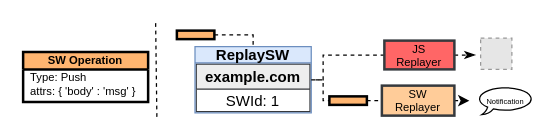
Above: page "sw-replayer" (6 of 6) of replay-diagrams.drawio in jallen89/jscapsule-figures (draw.io), before the change. Source tidied: cells renumbered, new cells numbered last; positions are measured from the earlier drawing's top-left corner, leaving out a move shared by most shapes. Both pictures are drawn from the tidied source at 125%, with x=0, y=0 at pixel (22, 21). Pictures stored in the file or linked from it are replaced by grey dashed boxes.
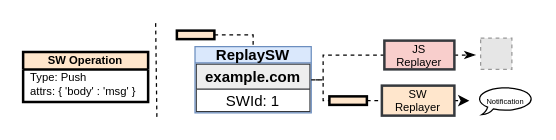
After the change.

What changed in the source:
```diff
@@
-    <mxCell id="4" value="&lt;div style=&quot;font-size: 9px&quot;&gt;&lt;font style=&quot;font-size: 9px&quot;&gt;JS&lt;/font&gt;&lt;/div&gt;&lt;div style=&quot;font-size: 9px&quot;&gt;&lt;font style=&quot;font-size: 9px&quot;&gt;Replayer&lt;/font&gt;&lt;br&gt;&lt;/div&gt;" style="rounded=0;whiteSpace=wrap;html=1;fontSize=8;strokeColor=#36393d;fillColor=#FF6666;strokeWidth=2;" parent="1" vertex="1">
+    <mxCell id="4" value="&lt;div style=&quot;font-size: 9px&quot;&gt;&lt;font style=&quot;font-size: 9px&quot;&gt;JS&lt;/font&gt;&lt;/div&gt;&lt;div style=&quot;font-size: 9px&quot;&gt;&lt;font style=&quot;font-size: 9px&quot;&gt;Replayer&lt;/font&gt;&lt;br&gt;&lt;/div&gt;" style="rounded=0;whiteSpace=wrap;html=1;fontSize=8;strokeColor=#36393d;fillColor=#F8CECC;strokeWidth=2;" parent="1" vertex="1">
       <mxGeometry x="289" y="15" width="56" height="23" as="geometry" />
     </mxCell>
@@
-    <mxCell id="6" value="&lt;div style=&quot;font-size: 9px&quot;&gt;&lt;font style=&quot;font-size: 9px&quot;&gt;SW&lt;/font&gt;&lt;/div&gt;&lt;div style=&quot;font-size: 9px&quot;&gt;&lt;font style=&quot;font-size: 9px&quot;&gt;Replayer&lt;/font&gt;&lt;br&gt;&lt;/div&gt;" style="rounded=0;whiteSpace=wrap;html=1;fontSize=8;strokeColor=#36393d;fillColor=#ffcc99;strokeWidth=2;" parent="1" vertex="1">
+    <mxCell id="6" value="&lt;div style=&quot;font-size: 9px&quot;&gt;&lt;font style=&quot;font-size: 9px&quot;&gt;SW&lt;/font&gt;&lt;/div&gt;&lt;div style=&quot;font-size: 9px&quot;&gt;&lt;font style=&quot;font-size: 9px&quot;&gt;Replayer&lt;/font&gt;&lt;br&gt;&lt;/div&gt;" style="rounded=0;whiteSpace=wrap;html=1;fontSize=8;strokeColor=#36393d;fillColor=#FFE6CC;strokeWidth=2;" parent="1" vertex="1">
       <mxGeometry x="287" y="51" width="58" height="24" as="geometry" />
     </mxCell>
@@
-    <mxCell id="9" style="rounded=0;whiteSpace=wrap;html=1;fillColor=#FFB570;strokeColor=#000000;strokeWidth=2;rotation=0;" parent="1" vertex="1">
+    <mxCell id="9" style="rounded=0;whiteSpace=wrap;html=1;fillColor=#FFE6CC;strokeColor=#000000;strokeWidth=2;rotation=0;" parent="1" vertex="1">
       <mxGeometry x="123" y="7" width="30" height="6.8" as="geometry" />
     </mxCell>
@@
-    <mxCell id="16" style="rounded=0;whiteSpace=wrap;html=1;fillColor=#FFB570;strokeColor=#000000;strokeWidth=2;rotation=0;" parent="1" vertex="1">
+    <mxCell id="16" style="rounded=0;whiteSpace=wrap;html=1;fillColor=#FFE6CC;strokeColor=#000000;strokeWidth=2;rotation=0;" parent="1" vertex="1">
       <mxGeometry x="245" y="59.6" width="30" height="6.8" as="geometry" />
     </mxCell>
@@
-    <mxCell id="18" value="SW Operation" style="swimlane;fontStyle=1;horizontal=1;startSize=14;fontFamily=Helvetica;strokeColor=#000000;strokeWidth=2;fillColor=#FFB570;gradientColor=none;fontSize=9;" parent="1" vertex="1">
+    <mxCell id="18" value="SW Operation" style="swimlane;fontStyle=1;horizontal=1;startSize=14;fontFamily=Helvetica;strokeColor=#000000;strokeWidth=2;fillColor=#FFE6CC;gradientColor=none;fontSize=9;" parent="1" vertex="1">
       <mxGeometry y="24" width="100" height="40" as="geometry" />
     </mxCell>
```
